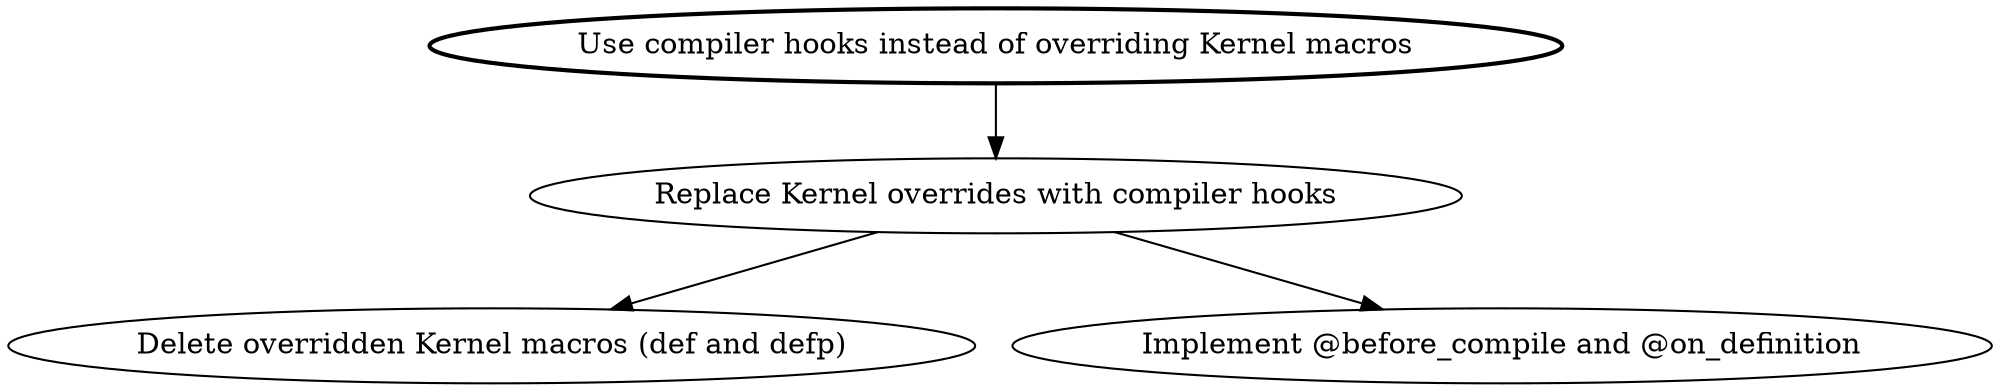
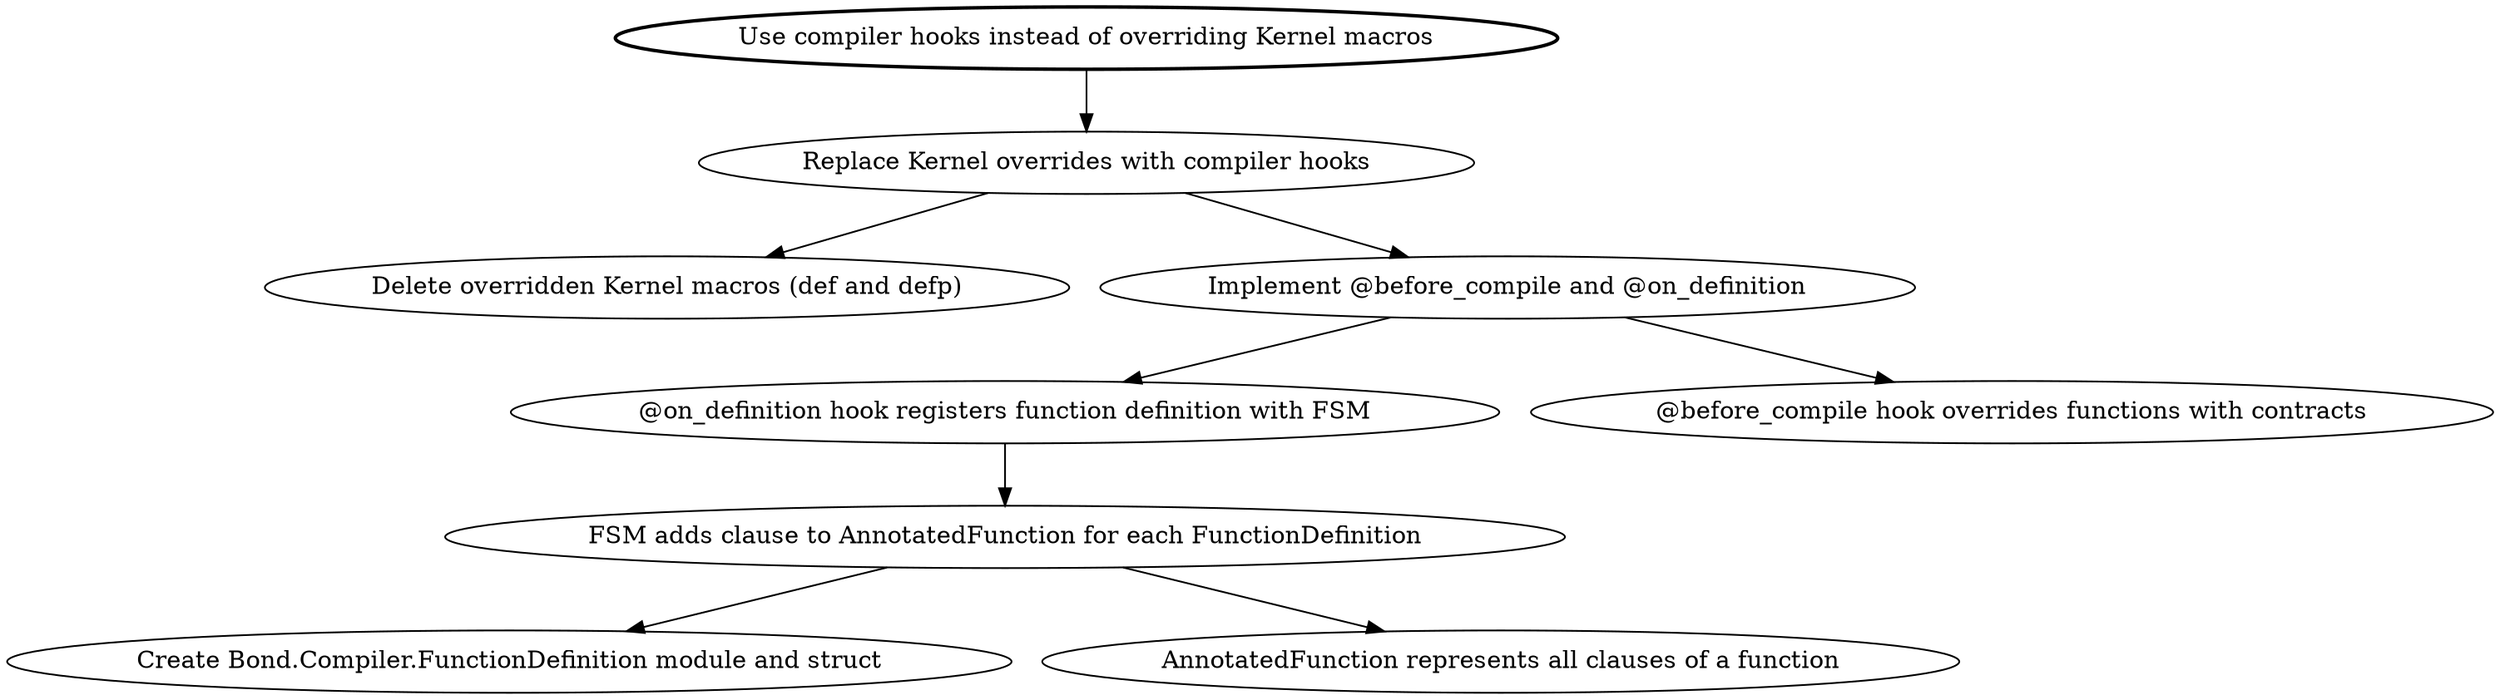
digraph {
-   goal [ label = "Use compiler hooks instead of overriding Kernel macros", style = bold ]
-   delete_kernel_overrides [ label = "Delete overridden Kernel macros (def and defp)" ]
-   implement_compiler_hooks [ label = "Implement @before_compile and @on_definition" ]
+   goal [label = "Use compiler hooks instead of overriding Kernel macros", style = bold]
+   delete_kernel_overrides [label = "Delete overridden Kernel macros (def and defp)"]
+   implement_compiler_hooks [label = "Implement @before_compile and @on_definition"]
+   on_definition [label="@on_definition hook registers function definition with FSM"]
+   before_compile [label="@before_compile hook overrides functions with contracts"]

-   replace_kernel_overrides_with_compiler_hooks [
-     label = "Replace Kernel overrides with compiler hooks"
-   ]
+   function_definition [label="Create Bond.Compiler.FunctionDefinition module and struct"]
+   annotated_function_multi_clause [label="AnnotatedFunction represents all clauses of a function"]
+ 
+   fsm_multi_clause_functions [label="FSM adds clause to AnnotatedFunction for each FunctionDefinition"]
+ 
+   replace_kernel_overrides_with_compiler_hooks [label = "Replace Kernel overrides with compiler hooks"]

  goal -> replace_kernel_overrides_with_compiler_hooks
  replace_kernel_overrides_with_compiler_hooks -> delete_kernel_overrides
  replace_kernel_overrides_with_compiler_hooks -> implement_compiler_hooks
+   implement_compiler_hooks -> {on_definition before_compile}
+   on_definition -> fsm_multi_clause_functions -> {function_definition annotated_function_multi_clause}
}
